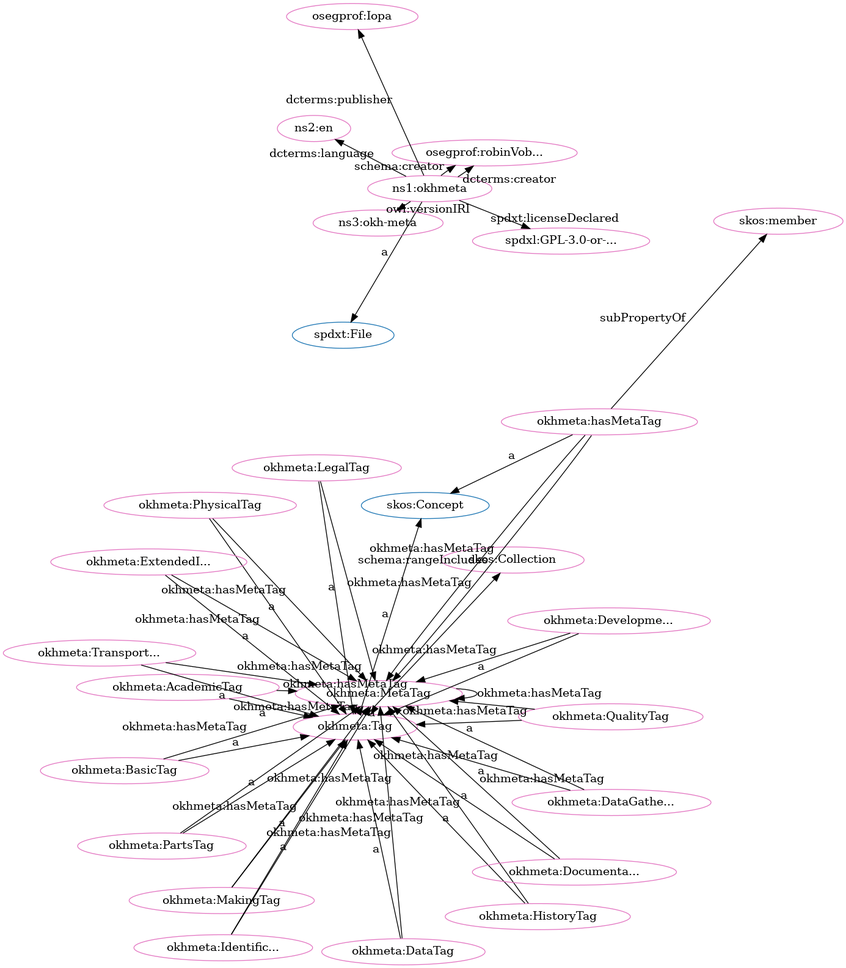
Before: src/spec/dot_okh-meta-clean.png, a diagram exported from Graphviz (iop-alliance/OpenKnowHow). Its source is kept beside it as src/spec/dot_okh-meta-clean.dot.
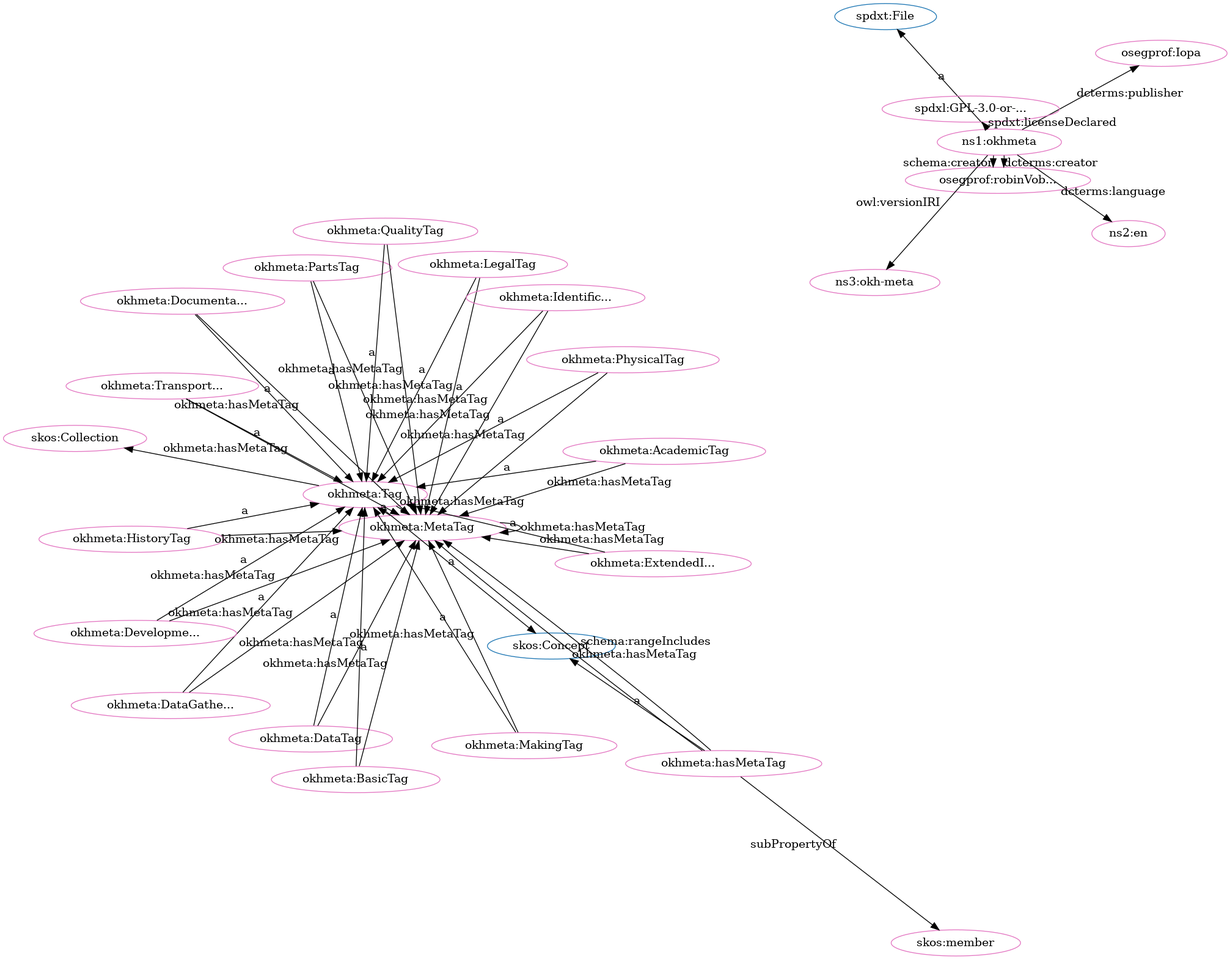
After the change.

Diff of the diagram source:
```diff
@@ -1,81 +1,81 @@
 digraph G {
   rankdir=BT
   node[height=.3]
+"http://www.w3.org/2004/02/skos/core#Collection" [fillcolor="#1f77b4" color="#1f77b4" label="skos:Collection"]
 "http://spdx.org/rdf/terms#File" [fillcolor="#1f77b4" color="#1f77b4" label="spdxt:File"]
-"http://www.w3.org/2004/02/skos/core#Collection" [fillcolor="#1f77b4" color="#1f77b4" label="skos:Collection"]
+"https://w3id.org/oseg/ont/okhmeta#MetaTag" [fillcolor="#1f77b4" color="#1f77b4" label="okhmeta:MetaTag"]
 "http://www.w3.org/2004/02/skos/core#Concept" [fillcolor="#1f77b4" color="#1f77b4" label="skos:Concept"]
-"https://w3id.org/oseg/ont/okhmeta#MetaTag" [fillcolor="#1f77b4" color="#1f77b4" label="okhmeta:MetaTag"]
 "https://w3id.org/oseg/ont/okhmeta#Tag" [fillcolor="#1f77b4" color="#1f77b4" label="okhmeta:Tag"]
+"https://w3id.org/oseg/ont/okhmeta#MetaTag" [fillcolor="#e377c2" color="#e377c2" label="okhmeta:MetaTag"]
+"https://w3id.org/oseg/ont/okhmeta#LegalTag" [fillcolor="#e377c2" color="#e377c2" label="okhmeta:LegalTag"]
+"https://w3id.org/oseg/ont/oseg-profiles#Iopa" [fillcolor="#e377c2" color="#e377c2" label="osegprof:Iopa"]
+"http://www.w3.org/2004/02/skos/core#Collection" [fillcolor="#e377c2" color="#e377c2" label="skos:Collection"]
+"https://w3id.org/oseg/ont/okhmeta#PartsTag" [fillcolor="#e377c2" color="#e377c2" label="okhmeta:PartsTag"]
+"https://w3id.org/oseg/ont/okhmeta#DataGatheringTag" [fillcolor="#e377c2" color="#e377c2" label="okhmeta:DataGathe..."]
+"https://w3id.org/oseg/ont/okhmeta#HistoryTag" [fillcolor="#e377c2" color="#e377c2" label="okhmeta:HistoryTag"]
+"https://w3id.org/oseg/ont/okhmeta#MakingTag" [fillcolor="#e377c2" color="#e377c2" label="okhmeta:MakingTag"]
+"https://w3id.org/oseg/ont/okhmeta#ExtendedInfoTag" [fillcolor="#e377c2" color="#e377c2" label="okhmeta:ExtendedI..."]
+"https://w3id.org/oseg/ont/okhmeta#IdentificationTag" [fillcolor="#e377c2" color="#e377c2" label="okhmeta:Identific..."]
+"https://w3id.org/oseg/ont/okhmeta#DocumentationTag" [fillcolor="#e377c2" color="#e377c2" label="okhmeta:Documenta..."]
+"https://w3id.org/oseg/ont/oseg-profiles#robinVobruba" [fillcolor="#e377c2" color="#e377c2" label="osegprof:robinVob..."]
 "https://w3id.org/oseg/ont/okhmeta#hasMetaTag" [fillcolor="#e377c2" color="#e377c2" label="okhmeta:hasMetaTag"]
 "https://w3id.org/oseg/ont/okhmeta#PhysicalTag" [fillcolor="#e377c2" color="#e377c2" label="okhmeta:PhysicalTag"]
-"https://w3id.org/oseg/ont/okhmeta#MetaTag" [fillcolor="#e377c2" color="#e377c2" label="okhmeta:MetaTag"]
+"https://w3id.org/oseg/ont/okhmeta#TransportationTag" [fillcolor="#e377c2" color="#e377c2" label="okhmeta:Transport..."]
 "https://w3id.org/oseg/ont/okhmeta" [fillcolor="#e377c2" color="#e377c2" label="ns1:okhmeta"]
-"https://w3id.org/oseg/ont/okhmeta#DataTag" [fillcolor="#e377c2" color="#e377c2" label="okhmeta:DataTag"]
-"https://w3id.org/oseg/ont/okhmeta#DevelopmentTag" [fillcolor="#e377c2" color="#e377c2" label="okhmeta:Developme..."]
-"https://w3id.org/oseg/ont/okhmeta#MakingTag" [fillcolor="#e377c2" color="#e377c2" label="okhmeta:MakingTag"]
-"https://w3id.org/oseg/ont/okhmeta#BasicTag" [fillcolor="#e377c2" color="#e377c2" label="okhmeta:BasicTag"]
+"http://id.loc.gov/vocabulary/iso639-1/en" [fillcolor="#e377c2" color="#e377c2" label="ns2:en"]
 "https://spdx.org/licenses/GPL-3.0-or-later" [fillcolor="#e377c2" color="#e377c2" label="spdxl:GPL-3.0-or-..."]
 "https://w3id.org/oseg/ont/okhmeta#Tag" [fillcolor="#e377c2" color="#e377c2" label="okhmeta:Tag"]
+"https://w3id.org/oseg/ont/okhmeta#DataTag" [fillcolor="#e377c2" color="#e377c2" label="okhmeta:DataTag"]
+"https://w3id.org/oseg/ont/okhmeta#BasicTag" [fillcolor="#e377c2" color="#e377c2" label="okhmeta:BasicTag"]
+"https://w3id.org/oseg/ont/okhmeta#QualityTag" [fillcolor="#e377c2" color="#e377c2" label="okhmeta:QualityTag"]
+"https://w3id.org/oseg/ont/okhmeta#AcademicTag" [fillcolor="#e377c2" color="#e377c2" label="okhmeta:AcademicTag"]
 "http://www.w3.org/2004/02/skos/core#member" [fillcolor="#e377c2" color="#e377c2" label="skos:member"]
-"https://w3id.org/oseg/ont/okhmeta#ExtendedInfoTag" [fillcolor="#e377c2" color="#e377c2" label="okhmeta:ExtendedI..."]
-"https://w3id.org/oseg/ont/okhmeta#IdentificationTag" [fillcolor="#e377c2" color="#e377c2" label="okhmeta:Identific..."]
-"http://id.loc.gov/vocabulary/iso639-1/en" [fillcolor="#e377c2" color="#e377c2" label="ns2:en"]
-"https://w3id.org/oseg/ont/oseg-profiles#robinVobruba" [fillcolor="#e377c2" color="#e377c2" label="osegprof:robinVob..."]
-"https://w3id.org/oseg/ont/okhmeta#AcademicTag" [fillcolor="#e377c2" color="#e377c2" label="okhmeta:AcademicTag"]
-"https://w3id.org/oseg/ont/okhmeta#DataGatheringTag" [fillcolor="#e377c2" color="#e377c2" label="okhmeta:DataGathe..."]
-"https://w3id.org/oseg/ont/okhmeta#HistoryTag" [fillcolor="#e377c2" color="#e377c2" label="okhmeta:HistoryTag"]
-"https://w3id.org/oseg/ont/okhmeta#QualityTag" [fillcolor="#e377c2" color="#e377c2" label="okhmeta:QualityTag"]
-"https://w3id.org/oseg/ont/okhmeta#TransportationTag" [fillcolor="#e377c2" color="#e377c2" label="okhmeta:Transport..."]
-"http://www.w3.org/2004/02/skos/core#Collection" [fillcolor="#e377c2" color="#e377c2" label="skos:Collection"]
-"https://w3id.org/oseg/ont/oseg-profiles#Iopa" [fillcolor="#e377c2" color="#e377c2" label="osegprof:Iopa"]
-"https://w3id.org/oseg/ont/okhmeta#PartsTag" [fillcolor="#e377c2" color="#e377c2" label="okhmeta:PartsTag"]
-"https://w3id.org/oseg/ont/okhmeta#LegalTag" [fillcolor="#e377c2" color="#e377c2" label="okhmeta:LegalTag"]
-"https://w3id.org/oseg/ont/okhmeta#DocumentationTag" [fillcolor="#e377c2" color="#e377c2" label="okhmeta:Documenta..."]
+"https://w3id.org/oseg/ont/okhmeta#DevelopmentTag" [fillcolor="#e377c2" color="#e377c2" label="okhmeta:Developme..."]
 "https://w3id.org/oseg/ont/1.1.0/okh-meta" [fillcolor="#e377c2" color="#e377c2" label="ns3:okh-meta"]
-  "https://w3id.org/oseg/ont/okhmeta#QualityTag" -> "https://w3id.org/oseg/ont/okhmeta#MetaTag" [label="okhmeta:hasMetaTag"]
-  "https://w3id.org/oseg/ont/okhmeta#PhysicalTag" -> "https://w3id.org/oseg/ont/okhmeta#Tag" [label="a"]
-  "https://w3id.org/oseg/ont/okhmeta#PartsTag" -> "https://w3id.org/oseg/ont/okhmeta#MetaTag" [label="okhmeta:hasMetaTag"]
-  "https://w3id.org/oseg/ont/okhmeta#MakingTag" -> "https://w3id.org/oseg/ont/okhmeta#MetaTag" [label="okhmeta:hasMetaTag"]
-  "https://w3id.org/oseg/ont/okhmeta#DevelopmentTag" -> "https://w3id.org/oseg/ont/okhmeta#Tag" [label="a"]
-  "https://w3id.org/oseg/ont/okhmeta#DevelopmentTag" -> "https://w3id.org/oseg/ont/okhmeta#MetaTag" [label="okhmeta:hasMetaTag"]
-  "https://w3id.org/oseg/ont/okhmeta" -> "https://spdx.org/licenses/GPL-3.0-or-later" [label="spdxt:licenseDeclared"]
-  "https://w3id.org/oseg/ont/okhmeta#ExtendedInfoTag" -> "https://w3id.org/oseg/ont/okhmeta#Tag" [label="a"]
-  "https://w3id.org/oseg/ont/okhmeta#ExtendedInfoTag" -> "https://w3id.org/oseg/ont/okhmeta#MetaTag" [label="okhmeta:hasMetaTag"]
-  "https://w3id.org/oseg/ont/okhmeta#IdentificationTag" -> "https://w3id.org/oseg/ont/okhmeta#Tag" [label="a"]
-  "https://w3id.org/oseg/ont/okhmeta" -> "http://id.loc.gov/vocabulary/iso639-1/en" [label="dcterms:language"]
-  "https://w3id.org/oseg/ont/okhmeta#DataGatheringTag" -> "https://w3id.org/oseg/ont/okhmeta#Tag" [label="a"]
-  "https://w3id.org/oseg/ont/okhmeta#DataGatheringTag" -> "https://w3id.org/oseg/ont/okhmeta#MetaTag" [label="okhmeta:hasMetaTag"]
-  "https://w3id.org/oseg/ont/okhmeta#HistoryTag" -> "https://w3id.org/oseg/ont/okhmeta#Tag" [label="a"]
-  "https://w3id.org/oseg/ont/okhmeta#QualityTag" -> "https://w3id.org/oseg/ont/okhmeta#Tag" [label="a"]
-  "https://w3id.org/oseg/ont/okhmeta#TransportationTag" -> "https://w3id.org/oseg/ont/okhmeta#MetaTag" [label="okhmeta:hasMetaTag"]
+  "https://w3id.org/oseg/ont/okhmeta#DocumentationTag" -> "https://w3id.org/oseg/ont/okhmeta#MetaTag" [label="okhmeta:hasMetaTag"]
+  "https://w3id.org/oseg/ont/okhmeta" -> "https://w3id.org/oseg/ont/oseg-profiles#Iopa" [label="dcterms:publisher"]
   "https://w3id.org/oseg/ont/okhmeta#Tag" -> "http://www.w3.org/2004/02/skos/core#Collection" [label=""]
-  "https://w3id.org/oseg/ont/okhmeta#PartsTag" -> "https://w3id.org/oseg/ont/okhmeta#Tag" [label="a"]
-  "https://w3id.org/oseg/ont/okhmeta#LegalTag" -> "https://w3id.org/oseg/ont/okhmeta#MetaTag" [label="okhmeta:hasMetaTag"]
-  "https://w3id.org/oseg/ont/okhmeta#HistoryTag" -> "https://w3id.org/oseg/ont/okhmeta#MetaTag" [label="okhmeta:hasMetaTag"]
   "https://w3id.org/oseg/ont/okhmeta#MetaTag" -> "https://w3id.org/oseg/ont/okhmeta#MetaTag" [label="okhmeta:hasMetaTag"]
   "https://w3id.org/oseg/ont/okhmeta#PhysicalTag" -> "https://w3id.org/oseg/ont/okhmeta#MetaTag" [label="okhmeta:hasMetaTag"]
+  "https://w3id.org/oseg/ont/okhmeta#PartsTag" -> "https://w3id.org/oseg/ont/okhmeta#Tag" [label="a"]
+  "https://w3id.org/oseg/ont/okhmeta#DataGatheringTag" -> "https://w3id.org/oseg/ont/okhmeta#Tag" [label="a"]
+  "https://w3id.org/oseg/ont/okhmeta#HistoryTag" -> "https://w3id.org/oseg/ont/okhmeta#Tag" [label="a"]
+  "https://w3id.org/oseg/ont/okhmeta#MakingTag" -> "https://w3id.org/oseg/ont/okhmeta#Tag" [label="a"]
+  "https://w3id.org/oseg/ont/okhmeta#DevelopmentTag" -> "https://w3id.org/oseg/ont/okhmeta#MetaTag" [label="okhmeta:hasMetaTag"]
+  "https://w3id.org/oseg/ont/okhmeta#IdentificationTag" -> "https://w3id.org/oseg/ont/okhmeta#Tag" [label="a"]
+  "https://w3id.org/oseg/ont/okhmeta#HistoryTag" -> "https://w3id.org/oseg/ont/okhmeta#MetaTag" [label="okhmeta:hasMetaTag"]
+  "https://w3id.org/oseg/ont/okhmeta#BasicTag" -> "https://w3id.org/oseg/ont/okhmeta#MetaTag" [label="okhmeta:hasMetaTag"]
+  "https://w3id.org/oseg/ont/okhmeta" -> "https://spdx.org/licenses/GPL-3.0-or-later" [label="spdxt:licenseDeclared"]
+  "https://w3id.org/oseg/ont/okhmeta#QualityTag" -> "https://w3id.org/oseg/ont/okhmeta#MetaTag" [label="okhmeta:hasMetaTag"]
+  "https://w3id.org/oseg/ont/okhmeta#DataTag" -> "https://w3id.org/oseg/ont/okhmeta#Tag" [label="a"]
   "https://w3id.org/oseg/ont/okhmeta#AcademicTag" -> "https://w3id.org/oseg/ont/okhmeta#MetaTag" [label="okhmeta:hasMetaTag"]
+  "https://w3id.org/oseg/ont/okhmeta#BasicTag" -> "https://w3id.org/oseg/ont/okhmeta#Tag" [label="a"]
+  "https://w3id.org/oseg/ont/okhmeta#MetaTag" -> "https://w3id.org/oseg/ont/okhmeta#Tag" [label="a"]
+  "https://w3id.org/oseg/ont/okhmeta#QualityTag" -> "https://w3id.org/oseg/ont/okhmeta#Tag" [label="a"]
+  "https://w3id.org/oseg/ont/okhmeta#ExtendedInfoTag" -> "https://w3id.org/oseg/ont/okhmeta#MetaTag" [label="okhmeta:hasMetaTag"]
+  "https://w3id.org/oseg/ont/okhmeta#AcademicTag" -> "https://w3id.org/oseg/ont/okhmeta#Tag" [label="a"]
+  "https://w3id.org/oseg/ont/okhmeta#hasMetaTag" -> "http://www.w3.org/2004/02/skos/core#member" [label="subPropertyOf"]
+  "https://w3id.org/oseg/ont/okhmeta#Tag" -> "https://w3id.org/oseg/ont/okhmeta#MetaTag" [label="okhmeta:hasMetaTag"]
+  "https://w3id.org/oseg/ont/okhmeta" -> "https://w3id.org/oseg/ont/oseg-profiles#robinVobruba" [label="dcterms:creator"]
+  "https://w3id.org/oseg/ont/okhmeta" -> "https://w3id.org/oseg/ont/1.1.0/okh-meta" [label="owl:versionIRI"]
+  "https://w3id.org/oseg/ont/okhmeta#hasMetaTag" -> "https://w3id.org/oseg/ont/okhmeta#MetaTag" [label="okhmeta:hasMetaTag"]
+  "https://w3id.org/oseg/ont/okhmeta#LegalTag" -> "https://w3id.org/oseg/ont/okhmeta#Tag" [label="a"]
+  "https://w3id.org/oseg/ont/okhmeta#DataTag" -> "https://w3id.org/oseg/ont/okhmeta#MetaTag" [label="okhmeta:hasMetaTag"]
+  "https://w3id.org/oseg/ont/okhmeta#hasMetaTag" -> "https://w3id.org/oseg/ont/okhmeta#MetaTag" [label="schema:rangeIncludes"]
+  "https://w3id.org/oseg/ont/okhmeta#ExtendedInfoTag" -> "https://w3id.org/oseg/ont/okhmeta#Tag" [label="a"]
+  "https://w3id.org/oseg/ont/okhmeta#DocumentationTag" -> "https://w3id.org/oseg/ont/okhmeta#Tag" [label="a"]
+  "https://w3id.org/oseg/ont/okhmeta#TransportationTag" -> "https://w3id.org/oseg/ont/okhmeta#MetaTag" [label="okhmeta:hasMetaTag"]
+  "https://w3id.org/oseg/ont/okhmeta#LegalTag" -> "https://w3id.org/oseg/ont/okhmeta#MetaTag" [label="okhmeta:hasMetaTag"]
+  "https://w3id.org/oseg/ont/okhmeta" -> "https://w3id.org/oseg/ont/oseg-profiles#robinVobruba" [label="schema:creator"]
+  "https://w3id.org/oseg/ont/okhmeta#PhysicalTag" -> "https://w3id.org/oseg/ont/okhmeta#Tag" [label="a"]
+  "https://w3id.org/oseg/ont/okhmeta#TransportationTag" -> "https://w3id.org/oseg/ont/okhmeta#Tag" [label="a"]
+  "https://w3id.org/oseg/ont/okhmeta#PartsTag" -> "https://w3id.org/oseg/ont/okhmeta#MetaTag" [label="okhmeta:hasMetaTag"]
+  "https://w3id.org/oseg/ont/okhmeta" -> "http://id.loc.gov/vocabulary/iso639-1/en" [label="dcterms:language"]
+  "https://w3id.org/oseg/ont/okhmeta#Tag" -> "http://www.w3.org/2004/02/skos/core#Concept" [label="a"]
   "https://w3id.org/oseg/ont/okhmeta#hasMetaTag" -> "http://www.w3.org/2004/02/skos/core#Concept" [label="a"]
-  "https://w3id.org/oseg/ont/okhmeta#DataTag" -> "https://w3id.org/oseg/ont/okhmeta#Tag" [label="a"]
-  "https://w3id.org/oseg/ont/okhmeta#MetaTag" -> "https://w3id.org/oseg/ont/okhmeta#Tag" [label="a"]
-  "https://w3id.org/oseg/ont/okhmeta#DataTag" -> "https://w3id.org/oseg/ont/okhmeta#MetaTag" [label="okhmeta:hasMetaTag"]
-  "https://w3id.org/oseg/ont/okhmeta#MakingTag" -> "https://w3id.org/oseg/ont/okhmeta#Tag" [label="a"]
-  "https://w3id.org/oseg/ont/okhmeta#BasicTag" -> "https://w3id.org/oseg/ont/okhmeta#Tag" [label="a"]
-  "https://w3id.org/oseg/ont/okhmeta#BasicTag" -> "https://w3id.org/oseg/ont/okhmeta#MetaTag" [label="okhmeta:hasMetaTag"]
-  "https://w3id.org/oseg/ont/okhmeta#Tag" -> "http://www.w3.org/2004/02/skos/core#Concept" [label="a"]
-  "https://w3id.org/oseg/ont/okhmeta#hasMetaTag" -> "http://www.w3.org/2004/02/skos/core#member" [label="subPropertyOf"]
-  "https://w3id.org/oseg/ont/okhmeta" -> "https://w3id.org/oseg/ont/oseg-profiles#robinVobruba" [label="schema:creator"]
-  "https://w3id.org/oseg/ont/okhmeta#AcademicTag" -> "https://w3id.org/oseg/ont/okhmeta#Tag" [label="a"]
-  "https://w3id.org/oseg/ont/okhmeta#hasMetaTag" -> "https://w3id.org/oseg/ont/okhmeta#MetaTag" [label="okhmeta:hasMetaTag"]
   "https://w3id.org/oseg/ont/okhmeta" -> "http://spdx.org/rdf/terms#File" [label="a"]
-  "https://w3id.org/oseg/ont/okhmeta#TransportationTag" -> "https://w3id.org/oseg/ont/okhmeta#Tag" [label="a"]
-  "https://w3id.org/oseg/ont/okhmeta" -> "https://w3id.org/oseg/ont/oseg-profiles#Iopa" [label="dcterms:publisher"]
-  "https://w3id.org/oseg/ont/okhmeta#LegalTag" -> "https://w3id.org/oseg/ont/okhmeta#Tag" [label="a"]
-  "https://w3id.org/oseg/ont/okhmeta#DocumentationTag" -> "https://w3id.org/oseg/ont/okhmeta#Tag" [label="a"]
-  "https://w3id.org/oseg/ont/okhmeta#DocumentationTag" -> "https://w3id.org/oseg/ont/okhmeta#MetaTag" [label="okhmeta:hasMetaTag"]
+  "https://w3id.org/oseg/ont/okhmeta#DataGatheringTag" -> "https://w3id.org/oseg/ont/okhmeta#MetaTag" [label="okhmeta:hasMetaTag"]
+  "https://w3id.org/oseg/ont/okhmeta#MakingTag" -> "https://w3id.org/oseg/ont/okhmeta#MetaTag" [label="okhmeta:hasMetaTag"]
   "https://w3id.org/oseg/ont/okhmeta#IdentificationTag" -> "https://w3id.org/oseg/ont/okhmeta#MetaTag" [label="okhmeta:hasMetaTag"]
-  "https://w3id.org/oseg/ont/okhmeta" -> "https://w3id.org/oseg/ont/oseg-profiles#robinVobruba" [label="dcterms:creator"]
-  "https://w3id.org/oseg/ont/okhmeta#Tag" -> "https://w3id.org/oseg/ont/okhmeta#MetaTag" [label="okhmeta:hasMetaTag"]
-  "https://w3id.org/oseg/ont/okhmeta" -> "https://w3id.org/oseg/ont/1.1.0/okh-meta" [label="owl:versionIRI"]
-  "https://w3id.org/oseg/ont/okhmeta#hasMetaTag" -> "https://w3id.org/oseg/ont/okhmeta#MetaTag" [label="schema:rangeIncludes"]
+  "https://w3id.org/oseg/ont/okhmeta#DevelopmentTag" -> "https://w3id.org/oseg/ont/okhmeta#Tag" [label="a"]
 }
```
